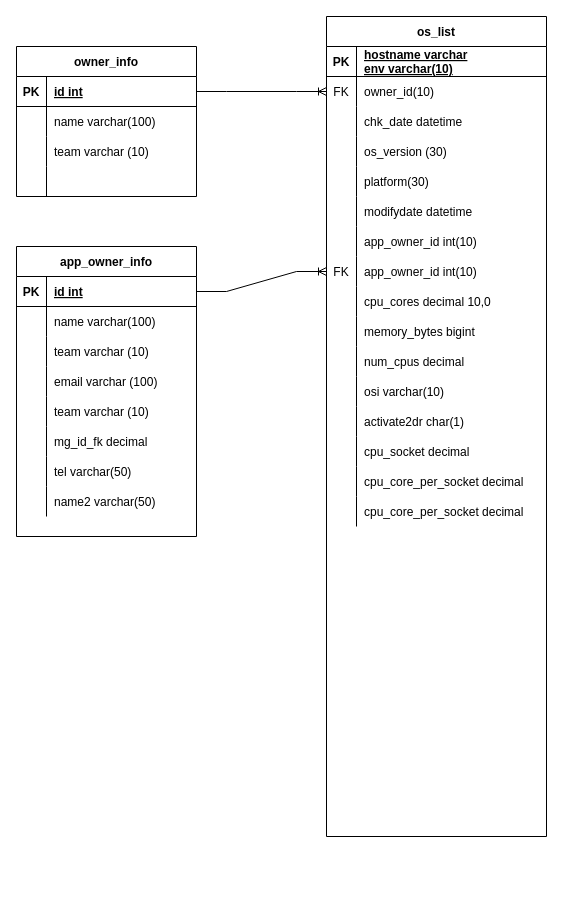
Above: diagram/dashb_er2.drawio in numnimjun/diagram (draw.io), before the change. Source tidied: cells renumbered, new cells numbered last; positions are measured from the earlier drawing's top-left corner, leaving out a move shared by most shapes. Both pictures are drawn from the tidied source at 100%, with x=0, y=0 at pixel (16, 16).
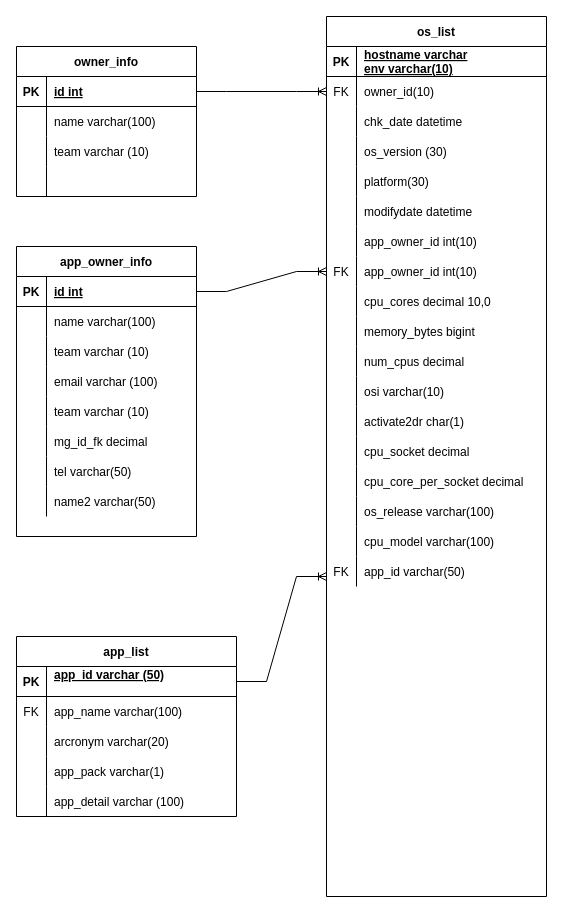
After the change.

The edit, as a diff of the source:
```diff
@@
     <mxCell id="42" value="os_list" style="shape=table;startSize=30;childLayout=tableLayout;rowLines=0;fontStyle=1;align=center;" parent="1" vertex="1">
-      <mxGeometry x="310" width="220" height="820" as="geometry" />
+      <mxGeometry x="310" width="220" height="880" as="geometry" />
     </mxCell>
@@
+    <mxCell id="91" style="shape=tableRow;horizontal=0;startSize=0;swimlaneHead=0;swimlaneBody=0;fillColor=none;top=0;left=0;right=0;bottom=0;" parent="42" vertex="1">
+      <mxGeometry y="480" width="220" height="30" as="geometry" />
+    </mxCell>
+    <mxCell id="92" style="shape=partialRectangle;fillColor=none;top=0;left=0;bottom=0;right=0;overflow=hidden;" parent="91" vertex="1">
+      <mxGeometry width="30" height="30" as="geometry" />
+    </mxCell>
+    <mxCell id="93" value="os_release varchar(100)" style="shape=partialRectangle;fillColor=none;top=0;left=0;bottom=0;right=0;align=left;spacingLeft=6;overflow=hidden;" parent="91" vertex="1">
+      <mxGeometry x="30" width="190" height="30" as="geometry" />
+    </mxCell>
+    <mxCell id="94" style="shape=tableRow;horizontal=0;startSize=0;swimlaneHead=0;swimlaneBody=0;fillColor=none;top=0;left=0;right=0;bottom=0;" parent="42" vertex="1">
+      <mxGeometry y="510" width="220" height="30" as="geometry" />
+    </mxCell>
+    <mxCell id="95" style="shape=partialRectangle;fillColor=none;top=0;left=0;bottom=0;right=0;overflow=hidden;" parent="94" vertex="1">
+      <mxGeometry width="30" height="30" as="geometry" />
+    </mxCell>
+    <mxCell id="96" value="cpu_model varchar(100)" style="shape=partialRectangle;fillColor=none;top=0;left=0;bottom=0;right=0;align=left;spacingLeft=6;overflow=hidden;" parent="94" vertex="1">
+      <mxGeometry x="30" width="190" height="30" as="geometry" />
+    </mxCell>
     <mxCell id="88" style="shape=tableRow;horizontal=0;startSize=0;swimlaneHead=0;swimlaneBody=0;fillColor=none;top=0;left=0;right=0;bottom=0;" parent="42" vertex="1">
-      <mxGeometry y="480" width="220" height="30" as="geometry" />
+      <mxGeometry y="540" width="220" height="30" as="geometry" />
     </mxCell>
-    <mxCell id="89" style="shape=partialRectangle;fillColor=none;top=0;left=0;bottom=0;right=0;overflow=hidden;" parent="88" vertex="1">
+    <mxCell id="89" value="FK" style="shape=partialRectangle;fillColor=none;top=0;left=0;bottom=0;right=0;overflow=hidden;" parent="88" vertex="1">
       <mxGeometry width="30" height="30" as="geometry" />
     </mxCell>
-    <mxCell id="90" value="cpu_core_per_socket decimal" style="shape=partialRectangle;fillColor=none;top=0;left=0;bottom=0;right=0;align=left;spacingLeft=6;overflow=hidden;" parent="88" vertex="1">
+    <mxCell id="90" value="app_id varchar(50)" style="shape=partialRectangle;fillColor=none;top=0;left=0;bottom=0;right=0;align=left;spacingLeft=6;overflow=hidden;" parent="88" vertex="1">
       <mxGeometry x="30" width="190" height="30" as="geometry" />
     </mxCell>
+    <mxCell id="97" value="app_list" style="shape=table;startSize=30;childLayout=tableLayout;rowLines=0;fontStyle=1;align=center;" parent="1" vertex="1">
+      <mxGeometry y="620" width="220" height="180" as="geometry" />
+    </mxCell>
+    <mxCell id="98" style="shape=tableRow;horizontal=0;startSize=0;swimlaneHead=0;swimlaneBody=0;fillColor=none;points=[[0,0.5],[1,0.5]];portConstraint=eastwest;top=0;left=0;right=0;bottom=1;" parent="97" vertex="1">
+      <mxGeometry y="30" width="220" height="30" as="geometry" />
+    </mxCell>
+    <mxCell id="99" value="PK" style="shape=partialRectangle;fillColor=none;top=0;left=0;bottom=0;right=0;fontStyle=1;overflow=hidden;" parent="98" vertex="1">
+      <mxGeometry width="30" height="30" as="geometry" />
+    </mxCell>
+    <mxCell id="100" value="app_id varchar (50)&#10;" style="shape=partialRectangle;fillColor=none;top=0;left=0;bottom=0;right=0;align=left;spacingLeft=6;fontStyle=5;overflow=hidden;" parent="98" vertex="1">
+      <mxGeometry x="30" width="190" height="30" as="geometry" />
+    </mxCell>
+    <mxCell id="101" style="shape=tableRow;horizontal=0;startSize=0;swimlaneHead=0;swimlaneBody=0;fillColor=none;top=0;left=0;right=0;bottom=0;" parent="97" vertex="1">
+      <mxGeometry y="60" width="220" height="30" as="geometry" />
+    </mxCell>
+    <mxCell id="102" value="FK" style="shape=partialRectangle;fillColor=none;top=0;left=0;bottom=0;right=0;fontStyle=0;overflow=hidden;" parent="101" vertex="1">
+      <mxGeometry width="30" height="30" as="geometry" />
+    </mxCell>
+    <mxCell id="103" value="app_name varchar(100)" style="shape=partialRectangle;fillColor=none;top=0;left=0;bottom=0;right=0;align=left;spacingLeft=6;fontStyle=0;overflow=hidden;" parent="101" vertex="1">
+      <mxGeometry x="30" width="190" height="30" as="geometry" />
+    </mxCell>
+    <mxCell id="104" style="shape=tableRow;horizontal=0;startSize=0;swimlaneHead=0;swimlaneBody=0;fillColor=none;top=0;left=0;right=0;bottom=0;" parent="97" vertex="1">
+      <mxGeometry y="90" width="220" height="30" as="geometry" />
+    </mxCell>
+    <mxCell id="105" style="shape=partialRectangle;fillColor=none;top=0;left=0;bottom=0;right=0;overflow=hidden;" parent="104" vertex="1">
+      <mxGeometry width="30" height="30" as="geometry" />
+    </mxCell>
+    <mxCell id="106" value="arcronym varchar(20)" style="shape=partialRectangle;fillColor=none;top=0;left=0;bottom=0;right=0;align=left;spacingLeft=6;overflow=hidden;" parent="104" vertex="1">
+      <mxGeometry x="30" width="190" height="30" as="geometry" />
+    </mxCell>
+    <mxCell id="107" style="shape=tableRow;horizontal=0;startSize=0;swimlaneHead=0;swimlaneBody=0;fillColor=none;top=0;left=0;right=0;bottom=0;" parent="97" vertex="1">
+      <mxGeometry y="120" width="220" height="30" as="geometry" />
+    </mxCell>
+    <mxCell id="108" style="shape=partialRectangle;fillColor=none;top=0;left=0;bottom=0;right=0;overflow=hidden;" parent="107" vertex="1">
+      <mxGeometry width="30" height="30" as="geometry" />
+    </mxCell>
+    <mxCell id="109" value="app_pack varchar(1)    " style="shape=partialRectangle;fillColor=none;top=0;left=0;bottom=0;right=0;align=left;spacingLeft=6;overflow=hidden;" parent="107" vertex="1">
+      <mxGeometry x="30" width="190" height="30" as="geometry" />
+    </mxCell>
+    <mxCell id="110" style="shape=tableRow;horizontal=0;startSize=0;swimlaneHead=0;swimlaneBody=0;fillColor=none;top=0;left=0;right=0;bottom=0;" parent="97" vertex="1">
+      <mxGeometry y="150" width="220" height="30" as="geometry" />
+    </mxCell>
+    <mxCell id="111" style="shape=partialRectangle;fillColor=none;top=0;left=0;bottom=0;right=0;overflow=hidden;" parent="110" vertex="1">
+      <mxGeometry width="30" height="30" as="geometry" />
+    </mxCell>
+    <mxCell id="112" value="app_detail varchar (100)" style="shape=partialRectangle;fillColor=none;top=0;left=0;bottom=0;right=0;align=left;spacingLeft=6;overflow=hidden;" parent="110" vertex="1">
+      <mxGeometry x="30" width="190" height="30" as="geometry" />
+    </mxCell>
+    <mxCell id="113" style="edgeStyle=entityRelationEdgeStyle;fontSize=12;html=1;endArrow=ERoneToMany;rounded=0;exitX=1;exitY=0.5;exitDx=0;exitDy=0;entryX=0;entryY=0.5;entryDx=0;entryDy=0;" parent="1" edge="1" source="98">
+      <mxGeometry relative="1" as="geometry">
+        <mxPoint x="310" y="560" as="targetPoint" />
+      </mxGeometry>
+    </mxCell>
```
